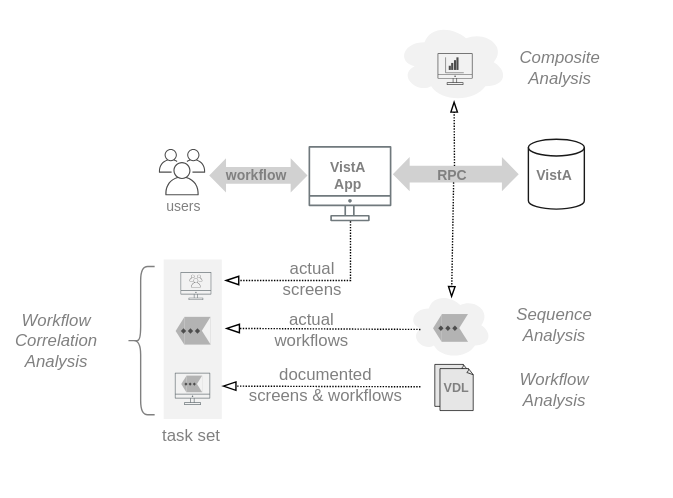
Earlier version of the draw.io export img/workflow-analytics.svg (cloudvista/vaa). Source tidied: cells renumbered, new cells last; positions are measured from the earlier drawing's top-left corner, leaving out a move shared by most shapes.
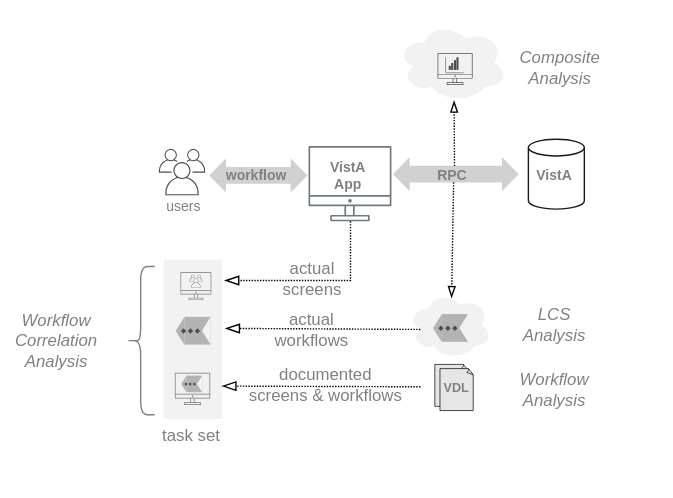
The same file after the commit.

Change to the diagram source:
```diff
@@ -52,7 +52,7 @@
     <mxCell id="16" value="&lt;i&gt;Workflow&lt;br&gt;Correlation&lt;br&gt;Analysis&lt;/i&gt;" style="text;strokeColor=none;align=center;fillColor=none;html=1;verticalAlign=middle;whiteSpace=wrap;rounded=0;fontColor=#808080;" parent="1" vertex="1">
       <mxGeometry x="10" y="228" width="60" height="30" as="geometry" />
     </mxCell>
-    <mxCell id="17" value="&lt;i&gt;Sequence&lt;br&gt;Analysis&lt;/i&gt;" style="text;strokeColor=none;align=center;fillColor=none;html=1;verticalAlign=middle;whiteSpace=wrap;rounded=0;fontColor=#808080;" parent="1" vertex="1">
+    <mxCell id="17" value="&lt;i&gt;LCS&lt;br&gt;Analysis&lt;/i&gt;" style="text;strokeColor=none;align=center;fillColor=none;html=1;verticalAlign=middle;whiteSpace=wrap;rounded=0;fontColor=#808080;" parent="1" vertex="1">
       <mxGeometry x="366.1" y="217" width="60" height="30" as="geometry" />
     </mxCell>
     <mxCell id="18" style="edgeStyle=elbowEdgeStyle;elbow=vertical;endArrow=blockThin;html=1;curved=0;rounded=0;endSize=8;startSize=8;dashed=1;dashPattern=1 1;fontSize=10;endFill=0;startArrow=none;startFill=0;" parent="1" edge="1" source="6">
```
